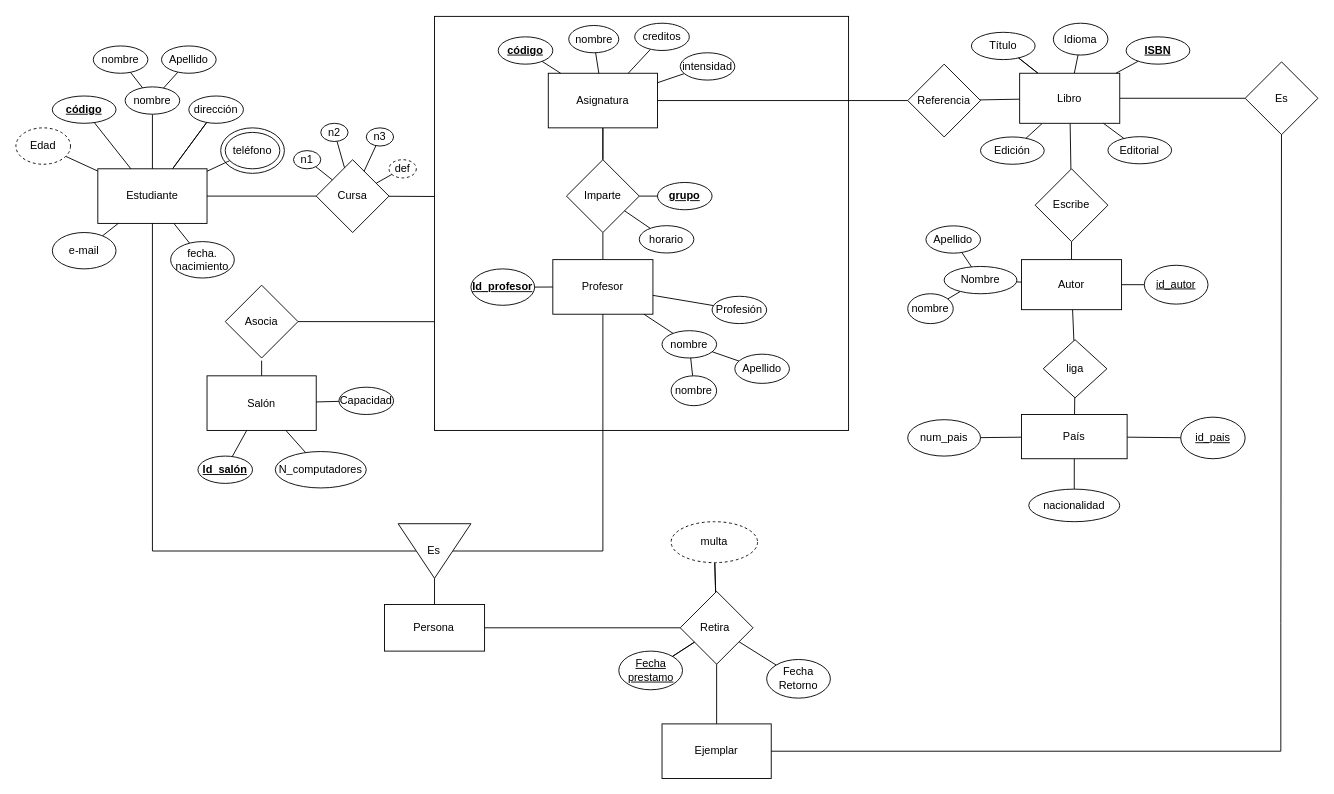
The draw.io diagram bibliotecaUniversidad.drawio in jesalazaro/ER-diagrams, before the edit. Source tidied: cells renumbered, new cells numbered last; positions are measured from the earlier drawing's top-left corner, leaving out a move shared by most shapes. Both pictures are drawn from the tidied source at 91%, with x=0, y=0 at pixel (15, 15).
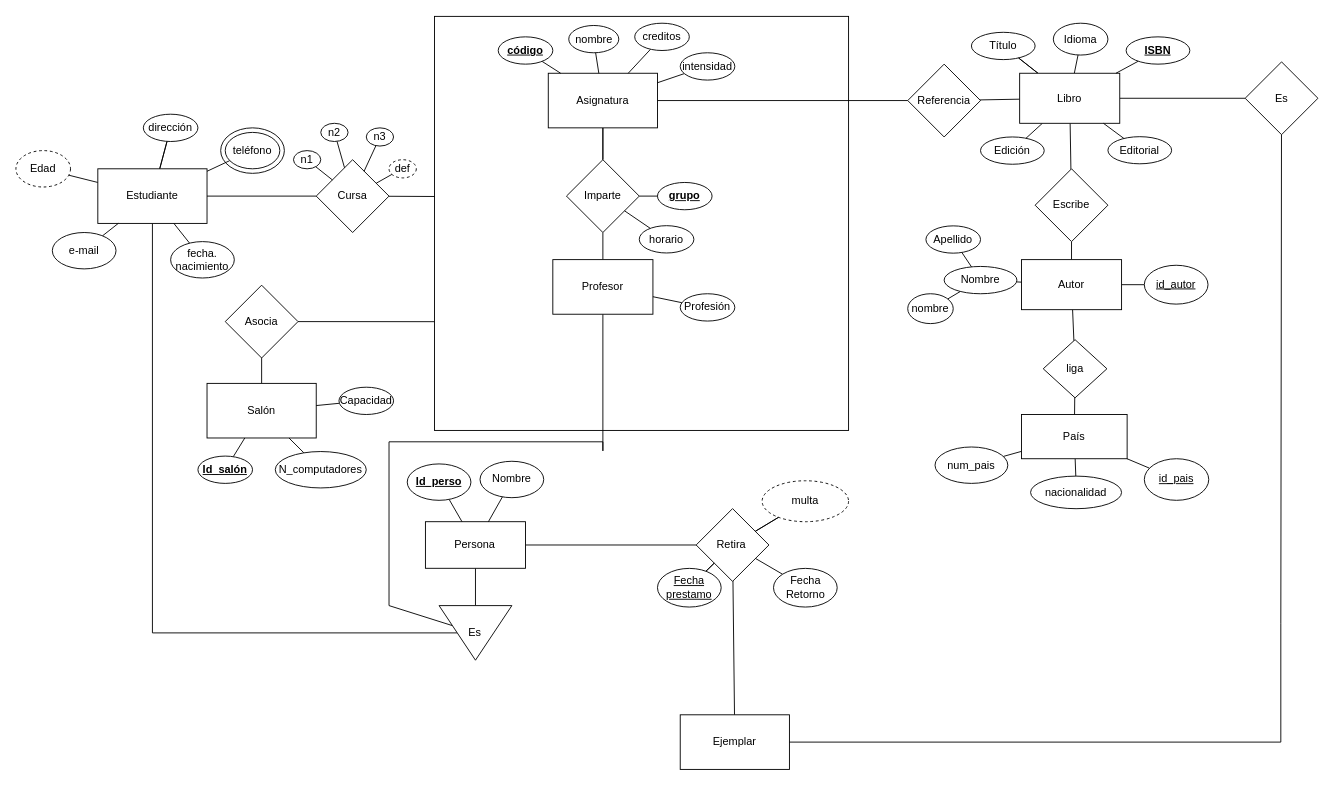
Above is the later version.

The change refers to these unchanged cells:
```xml
<mxCell id="7" value="Estudiante" style="rounded=0;whiteSpace=wrap;html=1;" parent="1" vertex="1">
  <mxGeometry x="90" y="168" width="120" height="60" as="geometry" />
</mxCell>
<mxCell id="41" value="Profesor" style="rounded=0;whiteSpace=wrap;html=1;sketch=0;" parent="1" vertex="1">
  <mxGeometry x="590" y="267.8" width="110" height="60" as="geometry" />
</mxCell>
<mxCell id="51" value="Asocia" style="rhombus;whiteSpace=wrap;html=1;sketch=0;" parent="1" vertex="1">
  <mxGeometry x="230" y="295.9" width="80" height="80" as="geometry" />
</mxCell>
<mxCell id="134" value="Es" style="rhombus;whiteSpace=wrap;html=1;sketch=0;" parent="1" vertex="1">
  <mxGeometry x="1350.8" y="50.5" width="80" height="80" as="geometry" />
</mxCell>
```

The edit, as a diff of the source:
```diff
@@
+    <mxCell id="140" style="edgeStyle=none;rounded=0;jettySize=auto;html=1;endArrow=none;endFill=0;entryX=0.5;entryY=1;entryDx=0;entryDy=0;" parent="1" edge="1" source="7" target="138">
+      <mxGeometry relative="1" as="geometry">
+        <Array as="points">
+          <mxPoint x="150" y="678" />
+        </Array>
+      </mxGeometry>
+    </mxCell>
@@
     <mxCell id="8" value="Edad" style="ellipse;whiteSpace=wrap;html=1;sketch=0;dashed=1;" parent="1" vertex="1">
-      <mxGeometry y="123" width="60" height="40" as="geometry" />
+      <mxGeometry y="148" width="60" height="40" as="geometry" />
     </mxCell>
-    <mxCell id="9" style="edgeStyle=none;rounded=0;jettySize=auto;html=1;endArrow=none;endFill=0;" parent="1" edge="1" source="10" target="7">
-      <mxGeometry relative="1" as="geometry" />
-    </mxCell>
-    <mxCell id="10" value="&lt;b&gt;&lt;u&gt;código&lt;/u&gt;&lt;/b&gt;" style="ellipse;whiteSpace=wrap;html=1;sketch=0;" parent="1" vertex="1">
-      <mxGeometry x="40" y="88" width="70" height="30" as="geometry" />
-    </mxCell>
-    <mxCell id="11" style="edgeStyle=none;rounded=0;jettySize=auto;html=1;endArrow=none;endFill=0;" parent="1" edge="1" source="13" target="7">
-      <mxGeometry relative="1" as="geometry" />
-    </mxCell>
-    <mxCell id="12" style="edgeStyle=none;rounded=0;jettySize=auto;html=1;endArrow=none;endFill=0;" parent="1" edge="1" source="13" target="101">
-      <mxGeometry relative="1" as="geometry" />
-    </mxCell>
-    <mxCell id="13" value="nombre" style="ellipse;whiteSpace=wrap;html=1;sketch=0;" parent="1" vertex="1">
-      <mxGeometry x="120" y="78" width="60" height="30" as="geometry" />
-    </mxCell>
     <mxCell id="14" value="dirección" style="ellipse;whiteSpace=wrap;html=1;sketch=0;" parent="1" vertex="1">
-      <mxGeometry x="190" y="88" width="60" height="30" as="geometry" />
+      <mxGeometry x="140" y="108" width="60" height="30" as="geometry" />
     </mxCell>
@@
+    <mxCell id="141" style="edgeStyle=none;rounded=0;jettySize=auto;html=1;endArrow=none;endFill=0;" parent="1" edge="1" source="41" target="138">
+      <mxGeometry relative="1" as="geometry">
+        <Array as="points">
+          <mxPoint x="645" y="478" />
+          <mxPoint x="645" y="468" />
+          <mxPoint x="410" y="468" />
+          <mxPoint x="410" y="648" />
+        </Array>
+      </mxGeometry>
+    </mxCell>
@@
     <mxCell id="43" value="Profesión" style="ellipse;whiteSpace=wrap;html=1;sketch=0;" parent="1" vertex="1">
-      <mxGeometry x="765" y="308.1" width="60" height="30" as="geometry" />
+      <mxGeometry x="730" y="305.3" width="60" height="30" as="geometry" />
     </mxCell>
-    <mxCell id="44" style="edgeStyle=none;rounded=0;jettySize=auto;html=1;endArrow=none;endFill=0;" parent="1" edge="1" source="45" target="41">
-      <mxGeometry relative="1" as="geometry" />
-    </mxCell>
-    <mxCell id="45" value="nombre" style="ellipse;whiteSpace=wrap;html=1;sketch=0;" parent="1" vertex="1">
-      <mxGeometry x="710" y="345.9" width="60" height="30" as="geometry" />
-    </mxCell>
-    <mxCell id="46" style="edgeStyle=none;rounded=0;jettySize=auto;html=1;endArrow=none;endFill=0;" parent="1" edge="1" source="47" target="41">
-      <mxGeometry relative="1" as="geometry" />
-    </mxCell>
-    <mxCell id="47" value="&lt;b&gt;&lt;u&gt;Id_profesor&lt;/u&gt;&lt;/b&gt;" style="ellipse;whiteSpace=wrap;html=1;sketch=0;" parent="1" vertex="1">
-      <mxGeometry x="500" y="278" width="70" height="40" as="geometry" />
-    </mxCell>
@@
-    <mxCell id="49" style="edgeStyle=none;rounded=0;jettySize=auto;html=1;endArrow=none;endFill=0;" parent="1" edge="1" target="52">
-      <mxGeometry relative="1" as="geometry">
-        <mxPoint x="270" y="378.8" as="sourcePoint" />
-      </mxGeometry>
-    </mxCell>
@@
+    <mxCell id="142" style="edgeStyle=none;rounded=0;jettySize=auto;html=1;endArrow=none;endFill=0;" parent="1" edge="1" source="52" target="51">
+      <mxGeometry relative="1" as="geometry" />
+    </mxCell>
     <mxCell id="52" value="Salón" style="whiteSpace=wrap;html=1;sketch=0;" parent="1" vertex="1">
-      <mxGeometry x="210" y="395.5" width="120" height="60" as="geometry" />
+      <mxGeometry x="210" y="403.8" width="120" height="60" as="geometry" />
     </mxCell>
@@
-    <mxCell id="94" style="edgeStyle=none;rounded=0;jettySize=auto;html=1;endArrow=none;endFill=0;" parent="1" edge="1" source="96" target="139">
-      <mxGeometry relative="1" as="geometry" />
-    </mxCell>
@@
     <mxCell id="96" value="Retira&amp;nbsp;&lt;br&gt;" style="rhombus;whiteSpace=wrap;html=1;sketch=0;" parent="1" vertex="1">
-      <mxGeometry x="730" y="632.4" width="80" height="80" as="geometry" />
+      <mxGeometry x="747.5" y="541.4" width="80" height="80" as="geometry" />
     </mxCell>
@@
     <mxCell id="98" value="&lt;u&gt;Fecha prestamo&lt;/u&gt;" style="ellipse;whiteSpace=wrap;html=1;sketch=0;" parent="1" vertex="1">
-      <mxGeometry x="662.5" y="698" width="70" height="42.5" as="geometry" />
+      <mxGeometry x="705" y="607.1" width="70" height="42.5" as="geometry" />
     </mxCell>
@@
     <mxCell id="100" value="Fecha Retorno" style="ellipse;whiteSpace=wrap;html=1;sketch=0;" parent="1" vertex="1">
-      <mxGeometry x="825" y="707.2" width="70" height="42.5" as="geometry" />
+      <mxGeometry x="832.5" y="607.1" width="70" height="42.5" as="geometry" />
     </mxCell>
-    <mxCell id="101" value="nombre" style="ellipse;whiteSpace=wrap;html=1;sketch=0;" parent="1" vertex="1">
-      <mxGeometry x="85" y="33" width="60" height="30" as="geometry" />
-    </mxCell>
-    <mxCell id="102" style="edgeStyle=none;rounded=0;jettySize=auto;html=1;endArrow=none;endFill=0;" parent="1" edge="1" source="103" target="13">
-      <mxGeometry relative="1" as="geometry" />
-    </mxCell>
-    <mxCell id="103" value="Apellido" style="ellipse;whiteSpace=wrap;html=1;sketch=0;" parent="1" vertex="1">
-      <mxGeometry x="160" y="33" width="60" height="30" as="geometry" />
-    </mxCell>
-    <mxCell id="104" style="edgeStyle=none;rounded=0;jettySize=auto;html=1;endArrow=none;endFill=0;" parent="1" edge="1" source="105" target="45">
-      <mxGeometry relative="1" as="geometry" />
-    </mxCell>
-    <mxCell id="105" value="nombre" style="ellipse;whiteSpace=wrap;html=1;sketch=0;" parent="1" vertex="1">
-      <mxGeometry x="720" y="395.5" width="50" height="32.8" as="geometry" />
-    </mxCell>
-    <mxCell id="106" style="edgeStyle=none;rounded=0;jettySize=auto;html=1;endArrow=none;endFill=0;" parent="1" edge="1" source="107" target="45">
-      <mxGeometry relative="1" as="geometry" />
-    </mxCell>
-    <mxCell id="107" value="Apellido" style="ellipse;whiteSpace=wrap;html=1;sketch=0;" parent="1" vertex="1">
-      <mxGeometry x="790" y="371.7" width="60" height="32.1" as="geometry" />
-    </mxCell>
@@
     <mxCell id="109" value="multa" style="ellipse;whiteSpace=wrap;html=1;sketch=0;dashed=1;" parent="1" vertex="1">
-      <mxGeometry x="720" y="555.8" width="95" height="45" as="geometry" />
+      <mxGeometry x="820" y="510.8" width="95" height="45" as="geometry" />
     </mxCell>
@@
     <mxCell id="129" value="nacionalidad" style="ellipse;whiteSpace=wrap;html=1;rounded=0;" parent="1" vertex="1">
-      <mxGeometry x="1113" y="520" width="100" height="35.8" as="geometry" />
+      <mxGeometry x="1115" y="505.7" width="100" height="35.8" as="geometry" />
     </mxCell>
     <mxCell id="130" value="&lt;u&gt;id_pais&lt;/u&gt;" style="ellipse;whiteSpace=wrap;html=1;rounded=0;" parent="1" vertex="1">
-      <mxGeometry x="1280" y="440.9" width="70.8" height="45.7" as="geometry" />
+      <mxGeometry x="1240" y="486.6" width="70.8" height="45.7" as="geometry" />
     </mxCell>
     <mxCell id="131" value="num_pais" style="ellipse;whiteSpace=wrap;html=1;rounded=0;" parent="1" vertex="1">
-      <mxGeometry x="980" y="443.7" width="80" height="40" as="geometry" />
+      <mxGeometry x="1010" y="473.7" width="80" height="40" as="geometry" />
     </mxCell>
     <mxCell id="132" value="Ejemplar" style="whiteSpace=wrap;html=1;sketch=0;rounded=0;" parent="1" vertex="1">
-      <mxGeometry x="710" y="778" width="120" height="60" as="geometry" />
+      <mxGeometry x="730" y="768" width="120" height="60" as="geometry" />
     </mxCell>
     <mxCell id="133" style="edgeStyle=none;rounded=0;jettySize=auto;html=1;endArrow=none;endFill=0;" parent="1" edge="1" source="134" target="132">
       <mxGeometry relative="1" as="geometry">
         <Array as="points">
           <mxPoint x="1390" y="668" />
-          <mxPoint x="1390" y="808" />
+          <mxPoint x="1390" y="798" />
         </Array>
       </mxGeometry>
     </mxCell>
@@
-    <mxCell id="135" style="edgeStyle=none;rounded=0;jettySize=auto;html=1;endArrow=none;endFill=0;" parent="1" edge="1" source="138" target="7">
-      <mxGeometry relative="1" as="geometry">
-        <Array as="points">
-          <mxPoint x="150" y="588" />
-        </Array>
-      </mxGeometry>
-    </mxCell>
-    <mxCell id="136" style="edgeStyle=none;rounded=0;jettySize=auto;html=1;endArrow=none;endFill=0;" parent="1" edge="1" source="138" target="41">
-      <mxGeometry relative="1" as="geometry">
-        <Array as="points">
-          <mxPoint x="645" y="588" />
-        </Array>
-      </mxGeometry>
-    </mxCell>
@@
     <mxCell id="138" value="Es" style="triangle;whiteSpace=wrap;rounded=0;rotation=90;gradientColor=none;align=center;verticalAlign=middle;labelPosition=center;verticalLabelPosition=middle;html=1;spacingLeft=-1;horizontal=0;" parent="1" vertex="1">
-      <mxGeometry x="430" y="548" width="60" height="80" as="geometry" />
+      <mxGeometry x="475" y="638" width="60" height="80" as="geometry" />
     </mxCell>
+    <mxCell id="143" style="edgeStyle=none;rounded=0;jettySize=auto;html=1;endArrow=none;endFill=0;" parent="1" edge="1" source="139" target="96">
+      <mxGeometry relative="1" as="geometry" />
+    </mxCell>
     <mxCell id="139" value="Persona" style="whiteSpace=wrap;html=1;rounded=0;gradientColor=none;spacingLeft=-1;" parent="1" vertex="1">
-      <mxGeometry x="405" y="646.8" width="110" height="51.2" as="geometry" />
+      <mxGeometry x="450" y="555.8" width="110" height="51.2" as="geometry" />
     </mxCell>
+    <mxCell id="144" style="edgeStyle=none;rounded=0;jettySize=auto;html=1;endArrow=none;endFill=0;" parent="1" edge="1" source="145" target="139">
+      <mxGeometry relative="1" as="geometry" />
+    </mxCell>
+    <mxCell id="145" value="&lt;u&gt;&lt;b&gt;Id_perso&lt;/b&gt;&lt;/u&gt;" style="ellipse;whiteSpace=wrap;html=1;rounded=0;" parent="1" vertex="1">
+      <mxGeometry x="430" y="492.3" width="70" height="40" as="geometry" />
+    </mxCell>
+    <mxCell id="146" style="edgeStyle=none;rounded=0;jettySize=auto;html=1;endArrow=none;endFill=0;" parent="1" edge="1" source="147" target="139">
+      <mxGeometry relative="1" as="geometry" />
+    </mxCell>
+    <mxCell id="147" value="Nombre" style="ellipse;whiteSpace=wrap;html=1;rounded=0;" parent="1" vertex="1">
+      <mxGeometry x="510" y="489.4" width="70" height="40" as="geometry" />
+    </mxCell>
```
